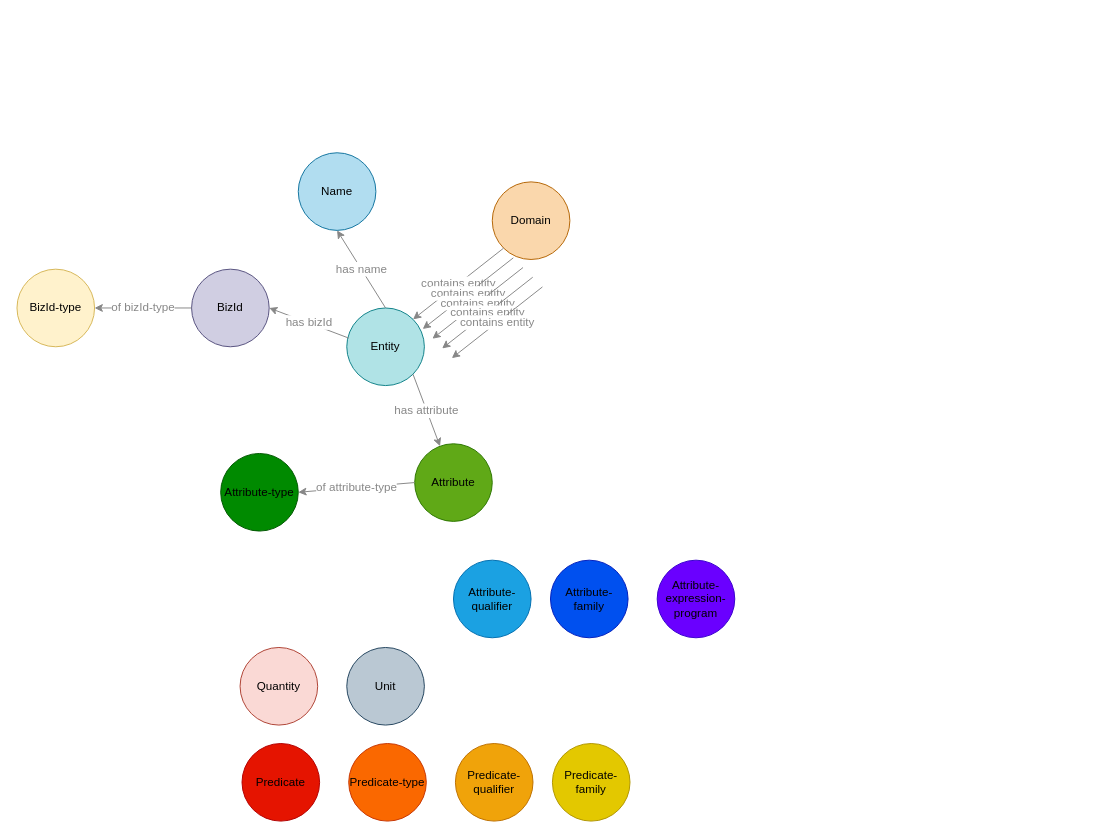
supriyopaul/scripts keeps this draw.io diagram as page "Page-2" (2 of 4) of KnowledgeSchemaService.drawio. Above is the earlier version. Source tidied: cells renumbered, new cells numbered last; positions are measured from the earlier drawing's top-left corner, leaving out a move shared by most shapes. Both pictures are drawn from the tidied source at 97%, with x=0, y=0 at pixel (16, 152).
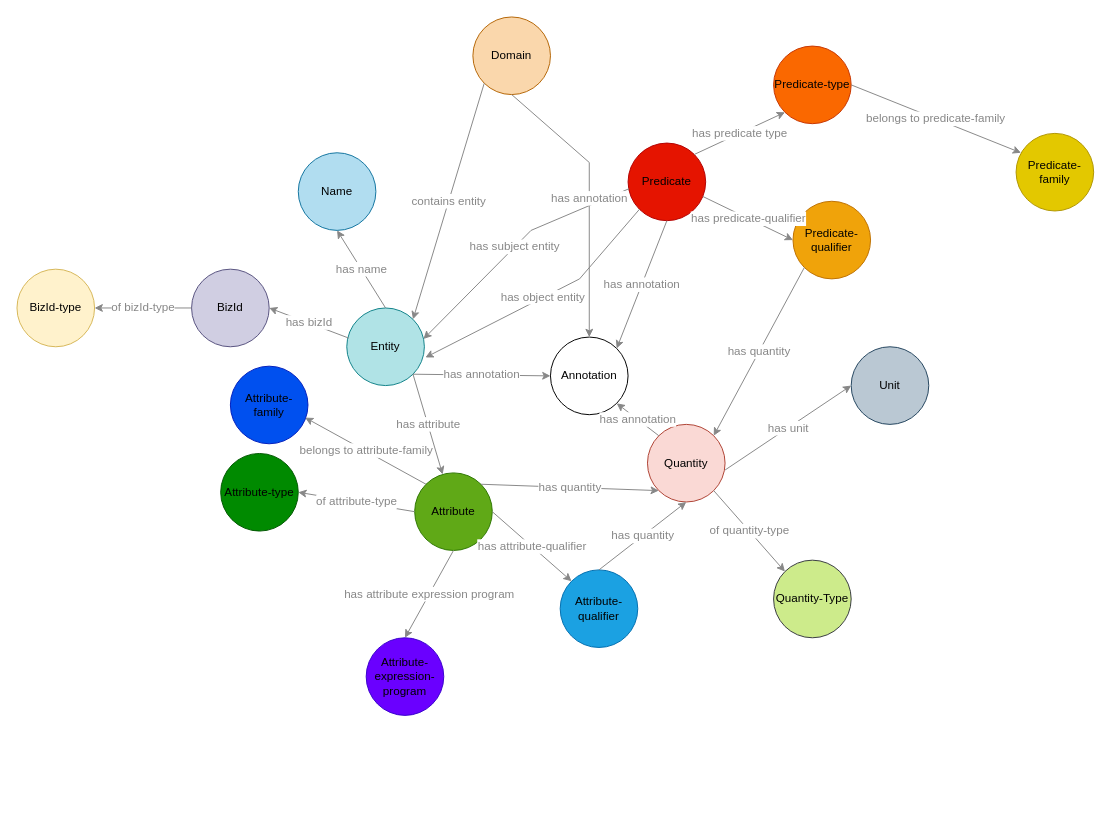
The same diagram, later.

Unchanged cells that the change refers to:
```xml
<mxCell id="8" value="Entity" style="ellipse;whiteSpace=wrap;html=1;fillColor=#b0e3e6;strokeColor=#0e8088;fontColor=#000000;" parent="1" vertex="1">
  <mxGeometry x="340" y="160" width="80" height="80" as="geometry" />
</mxCell>
```

Diff of the diagram source:
```diff
@@
     <mxCell id="2" value="Quantity" style="ellipse;whiteSpace=wrap;html=1;fillColor=#fad9d5;strokeColor=#ae4132;fontColor=#000000;" parent="1" vertex="1">
-      <mxGeometry x="230" y="510" width="80" height="80" as="geometry" />
+      <mxGeometry x="650" y="280" width="80" height="80" as="geometry" />
     </mxCell>
@@
     <mxCell id="6" value="Attribute-qualifier" style="ellipse;whiteSpace=wrap;html=1;fillColor=#1ba1e2;fontColor=#000000;strokeColor=#006EAF;" parent="1" vertex="1">
-      <mxGeometry x="450" y="420" width="80" height="80" as="geometry" />
+      <mxGeometry x="560" y="430" width="80" height="80" as="geometry" />
     </mxCell>
     <mxCell id="7" value="Attribute" style="ellipse;whiteSpace=wrap;html=1;fillColor=#60a917;fontColor=#000000;strokeColor=#2D7600;" parent="1" vertex="1">
-      <mxGeometry x="410" y="300" width="80" height="80" as="geometry" />
+      <mxGeometry x="410" y="330" width="80" height="80" as="geometry" />
     </mxCell>
@@
     <mxCell id="9" value="Domain" style="ellipse;whiteSpace=wrap;html=1;fillColor=#fad7ac;strokeColor=#b46504;fontColor=#000000;" parent="1" vertex="1">
-      <mxGeometry x="490" y="30" width="80" height="80" as="geometry" />
+      <mxGeometry x="470" y="-140" width="80" height="80" as="geometry" />
     </mxCell>
@@
     <mxCell id="11" value="Unit" style="ellipse;whiteSpace=wrap;html=1;fillColor=#bac8d3;strokeColor=#23445d;fontColor=#000000;" parent="1" vertex="1">
-      <mxGeometry x="340" y="510" width="80" height="80" as="geometry" />
+      <mxGeometry x="860" y="200" width="80" height="80" as="geometry" />
     </mxCell>
     <mxCell id="12" value="Attribute-family" style="ellipse;whiteSpace=wrap;html=1;fillColor=#0050ef;fontColor=#000000;strokeColor=#001DBC;" parent="1" vertex="1">
-      <mxGeometry x="550" y="420" width="80" height="80" as="geometry" />
+      <mxGeometry x="220" y="220" width="80" height="80" as="geometry" />
     </mxCell>
     <mxCell id="13" value="Attribute-expression-program" style="ellipse;whiteSpace=wrap;html=1;fillColor=#6a00ff;fontColor=#000000;strokeColor=#3700CC;" parent="1" vertex="1">
-      <mxGeometry x="660" y="420" width="80" height="80" as="geometry" />
+      <mxGeometry x="360" y="500" width="80" height="80" as="geometry" />
     </mxCell>
     <mxCell id="14" value="Predicate-type" style="ellipse;whiteSpace=wrap;html=1;fillColor=#fa6800;fontColor=#000000;strokeColor=#C73500;" parent="1" vertex="1">
-      <mxGeometry x="342" y="609" width="80" height="80" as="geometry" />
+      <mxGeometry x="780" y="-110" width="80" height="80" as="geometry" />
     </mxCell>
     <mxCell id="15" value="Predicate-qualifier" style="ellipse;whiteSpace=wrap;html=1;fillColor=#f0a30a;fontColor=#000000;strokeColor=#BD7000;" parent="1" vertex="1">
-      <mxGeometry x="452" y="609" width="80" height="80" as="geometry" />
+      <mxGeometry x="800" y="50" width="80" height="80" as="geometry" />
     </mxCell>
     <mxCell id="16" value="Predicate" style="ellipse;whiteSpace=wrap;html=1;fillColor=#e51400;fontColor=#000000;strokeColor=#B20000;" parent="1" vertex="1">
-      <mxGeometry x="232" y="609" width="80" height="80" as="geometry" />
+      <mxGeometry x="630" y="-10" width="80" height="80" as="geometry" />
     </mxCell>
     <mxCell id="17" value="Predicate-family" style="ellipse;whiteSpace=wrap;html=1;fillColor=#e3c800;fontColor=#000000;strokeColor=#B09500;" parent="1" vertex="1">
-      <mxGeometry x="552" y="609" width="80" height="80" as="geometry" />
+      <mxGeometry x="1030" y="-20" width="80" height="80" as="geometry" />
     </mxCell>
@@
-    <mxCell id="22" value="&lt;font color=&quot;#878787&quot;&gt;contains entity&lt;/font&gt;" style="endArrow=classic;html=1;rounded=0;fontSize=12;fontColor=#000000;strokeColor=#878787;exitX=0;exitY=1;exitDx=0;exitDy=0;entryX=1;entryY=0;entryDx=0;entryDy=0;" parent="1" edge="1">
-      <mxGeometry relative="1" as="geometry">
-        <mxPoint x="511.7" y="108.3" as="sourcePoint" />
-        <mxPoint x="418.3" y="181.7" as="targetPoint" />
-      </mxGeometry>
+    <mxCell id="22" value="&lt;font color=&quot;#878787&quot;&gt;has predicate type&lt;/font&gt;" style="endArrow=classic;html=1;rounded=0;fontSize=12;fontColor=#000000;strokeColor=#878787;exitX=1;exitY=0;exitDx=0;exitDy=0;entryX=0;entryY=1;entryDx=0;entryDy=0;" parent="1" edge="1" source="16" target="14">
+      <mxGeometry relative="1" as="geometry" />
     </mxCell>
-    <mxCell id="23" value="&lt;font color=&quot;#878787&quot;&gt;contains entity&lt;/font&gt;" style="endArrow=classic;html=1;rounded=0;fontSize=12;fontColor=#000000;strokeColor=#878787;exitX=0;exitY=1;exitDx=0;exitDy=0;entryX=1;entryY=0;entryDx=0;entryDy=0;" parent="1" edge="1">
-      <mxGeometry relative="1" as="geometry">
-        <mxPoint x="521.7" y="118.3" as="sourcePoint" />
-        <mxPoint x="428.3" y="191.7" as="targetPoint" />
-      </mxGeometry>
+    <mxCell id="23" value="&lt;font color=&quot;#878787&quot;&gt;has attribute expression program&lt;/font&gt;" style="endArrow=classic;html=1;rounded=0;fontSize=12;fontColor=#000000;strokeColor=#878787;exitX=0.5;exitY=1;exitDx=0;exitDy=0;entryX=0.5;entryY=0;entryDx=0;entryDy=0;" parent="1" edge="1" source="7" target="13">
+      <mxGeometry relative="1" as="geometry" />
     </mxCell>
-    <mxCell id="24" value="&lt;font color=&quot;#878787&quot;&gt;contains entity&lt;/font&gt;" style="endArrow=classic;html=1;rounded=0;fontSize=12;fontColor=#000000;strokeColor=#878787;exitX=0;exitY=1;exitDx=0;exitDy=0;entryX=1;entryY=0;entryDx=0;entryDy=0;" parent="1" edge="1">
-      <mxGeometry relative="1" as="geometry">
-        <mxPoint x="531.7" y="128.3" as="sourcePoint" />
-        <mxPoint x="438.3" y="201.7" as="targetPoint" />
-      </mxGeometry>
+    <mxCell id="24" value="&lt;font color=&quot;#878787&quot;&gt;belongs to attribute-family&lt;/font&gt;" style="endArrow=classic;html=1;rounded=0;fontSize=12;fontColor=#000000;strokeColor=#878787;exitX=0;exitY=0;exitDx=0;exitDy=0;entryX=0.963;entryY=0.663;entryDx=0;entryDy=0;entryPerimeter=0;" parent="1" edge="1" source="7" target="12">
+      <mxGeometry relative="1" as="geometry" />
     </mxCell>
-    <mxCell id="25" value="&lt;font color=&quot;#878787&quot;&gt;contains entity&lt;/font&gt;" style="endArrow=classic;html=1;rounded=0;fontSize=12;fontColor=#000000;strokeColor=#878787;exitX=0;exitY=1;exitDx=0;exitDy=0;entryX=1;entryY=0;entryDx=0;entryDy=0;" parent="1" edge="1">
-      <mxGeometry relative="1" as="geometry">
-        <mxPoint x="541.7" y="138.3" as="sourcePoint" />
-        <mxPoint x="448.3" y="211.7" as="targetPoint" />
-      </mxGeometry>
+    <mxCell id="25" value="&lt;font color=&quot;#878787&quot;&gt;has attribute-qualifier&lt;/font&gt;" style="endArrow=classic;html=1;rounded=0;fontSize=12;fontColor=#000000;strokeColor=#878787;exitX=1;exitY=0.5;exitDx=0;exitDy=0;entryX=0;entryY=0;entryDx=0;entryDy=0;" parent="1" edge="1" source="7" target="6">
+      <mxGeometry relative="1" as="geometry" />
     </mxCell>
@@
+    <mxCell id="28" value="&lt;font color=&quot;#878787&quot;&gt;has object entity&lt;/font&gt;" style="endArrow=classic;html=1;rounded=0;fontSize=12;fontColor=#000000;strokeColor=#878787;exitX=0;exitY=1;exitDx=0;exitDy=0;entryX=1.013;entryY=0.638;entryDx=0;entryDy=0;entryPerimeter=0;" parent="1" edge="1" source="16" target="8">
+      <mxGeometry relative="1" as="geometry">
+        <Array as="points">
+          <mxPoint x="580" y="130" />
+        </Array>
+      </mxGeometry>
+    </mxCell>
+    <mxCell id="29" value="&lt;font color=&quot;#878787&quot;&gt;has subject entity&lt;/font&gt;" style="endArrow=classic;html=1;rounded=0;fontSize=12;fontColor=#000000;strokeColor=#878787;exitX=0.013;exitY=0.588;exitDx=0;exitDy=0;entryX=0.988;entryY=0.4;entryDx=0;entryDy=0;exitPerimeter=0;entryPerimeter=0;" parent="1" edge="1" source="16" target="8">
+      <mxGeometry relative="1" as="geometry">
+        <Array as="points">
+          <mxPoint x="530" y="80" />
+        </Array>
+      </mxGeometry>
+    </mxCell>
+    <mxCell id="30" value="&lt;font color=&quot;#878787&quot;&gt;has unit&lt;/font&gt;" style="endArrow=classic;html=1;rounded=0;fontSize=12;fontColor=#000000;strokeColor=#878787;exitX=1;exitY=0.588;exitDx=0;exitDy=0;entryX=0;entryY=0.5;entryDx=0;entryDy=0;exitPerimeter=0;" parent="1" edge="1" source="2" target="11">
+      <mxGeometry relative="1" as="geometry" />
+    </mxCell>
+    <mxCell id="31" value="&lt;font color=&quot;#878787&quot;&gt;of quantity-type&lt;/font&gt;" style="endArrow=classic;html=1;rounded=0;fontSize=12;fontColor=#000000;strokeColor=#878787;exitX=1;exitY=1;exitDx=0;exitDy=0;entryX=0;entryY=0;entryDx=0;entryDy=0;" parent="1" edge="1" source="2" target="33">
+      <mxGeometry relative="1" as="geometry" />
+    </mxCell>
+    <mxCell id="32" value="&lt;font color=&quot;#878787&quot;&gt;has quantity&lt;/font&gt;" style="endArrow=classic;html=1;rounded=0;fontSize=12;fontColor=#000000;strokeColor=#878787;exitX=1;exitY=0;exitDx=0;exitDy=0;entryX=0;entryY=1;entryDx=0;entryDy=0;" parent="1" edge="1" source="7" target="2">
+      <mxGeometry relative="1" as="geometry" />
+    </mxCell>
+    <mxCell id="33" value="Quantity-Type" style="ellipse;whiteSpace=wrap;html=1;fillColor=#cdeb8b;strokeColor=#36393d;" parent="1" vertex="1">
+      <mxGeometry x="780" y="420" width="80" height="80" as="geometry" />
+    </mxCell>
+    <mxCell id="34" value="&lt;font color=&quot;#878787&quot;&gt;belongs to predicate-family&lt;/font&gt;" style="endArrow=classic;html=1;rounded=0;fontSize=12;fontColor=#000000;strokeColor=#878787;exitX=1;exitY=0.5;exitDx=0;exitDy=0;entryX=0.063;entryY=0.25;entryDx=0;entryDy=0;entryPerimeter=0;" parent="1" edge="1" source="14" target="17">
+      <mxGeometry relative="1" as="geometry" />
+    </mxCell>
+    <mxCell id="35" value="&lt;font color=&quot;#878787&quot;&gt;has predicate-qualifier&lt;/font&gt;" style="endArrow=classic;html=1;rounded=0;fontSize=12;fontColor=#000000;strokeColor=#878787;exitX=0.963;exitY=0.688;exitDx=0;exitDy=0;entryX=0;entryY=0.5;entryDx=0;entryDy=0;exitPerimeter=0;" parent="1" edge="1" source="16" target="15">
+      <mxGeometry relative="1" as="geometry" />
+    </mxCell>
+    <mxCell id="36" value="&lt;font color=&quot;#878787&quot;&gt;has quantity&lt;/font&gt;" style="endArrow=classic;html=1;rounded=0;fontSize=12;fontColor=#000000;strokeColor=#878787;exitX=0;exitY=1;exitDx=0;exitDy=0;entryX=1;entryY=0;entryDx=0;entryDy=0;" parent="1" edge="1" source="15" target="2">
+      <mxGeometry relative="1" as="geometry" />
+    </mxCell>
+    <mxCell id="37" value="&lt;font color=&quot;#878787&quot;&gt;has quantity&lt;/font&gt;" style="endArrow=classic;html=1;rounded=0;fontSize=12;fontColor=#000000;strokeColor=#878787;exitX=0.5;exitY=0;exitDx=0;exitDy=0;entryX=0.5;entryY=1;entryDx=0;entryDy=0;" parent="1" edge="1" source="6" target="2">
+      <mxGeometry relative="1" as="geometry" />
+    </mxCell>
+    <mxCell id="38" value="Annotation" style="ellipse;whiteSpace=wrap;html=1;" parent="1" vertex="1">
+      <mxGeometry x="550" y="190" width="80" height="80" as="geometry" />
+    </mxCell>
+    <mxCell id="39" value="&lt;font color=&quot;#878787&quot;&gt;has annotation&lt;/font&gt;" style="endArrow=classic;html=1;rounded=0;fontSize=12;fontColor=#000000;strokeColor=#878787;exitX=1;exitY=1;exitDx=0;exitDy=0;entryX=0;entryY=0.5;entryDx=0;entryDy=0;" parent="1" edge="1" source="8" target="38">
+      <mxGeometry relative="1" as="geometry" />
+    </mxCell>
+    <mxCell id="40" value="&lt;font color=&quot;#878787&quot;&gt;has annotation&lt;/font&gt;" style="endArrow=classic;html=1;rounded=0;fontSize=12;fontColor=#000000;strokeColor=#878787;exitX=0.5;exitY=1;exitDx=0;exitDy=0;entryX=1;entryY=0;entryDx=0;entryDy=0;" parent="1" edge="1" source="16" target="38">
+      <mxGeometry relative="1" as="geometry" />
+    </mxCell>
+    <mxCell id="41" value="&lt;font color=&quot;#878787&quot;&gt;has annotation&lt;/font&gt;" style="endArrow=classic;html=1;rounded=0;fontSize=12;fontColor=#000000;strokeColor=#878787;exitX=0.5;exitY=1;exitDx=0;exitDy=0;entryX=0.5;entryY=0;entryDx=0;entryDy=0;" parent="1" edge="1" source="9" target="38">
+      <mxGeometry relative="1" as="geometry">
+        <Array as="points">
+          <mxPoint x="590" y="10" />
+        </Array>
+      </mxGeometry>
+    </mxCell>
+    <mxCell id="42" value="&lt;font color=&quot;#878787&quot;&gt;has annotation&lt;/font&gt;" style="endArrow=classic;html=1;rounded=0;fontSize=12;fontColor=#000000;strokeColor=#878787;exitX=0;exitY=0;exitDx=0;exitDy=0;entryX=1;entryY=1;entryDx=0;entryDy=0;" parent="1" edge="1" source="2" target="38">
+      <mxGeometry relative="1" as="geometry" />
+    </mxCell>
```
